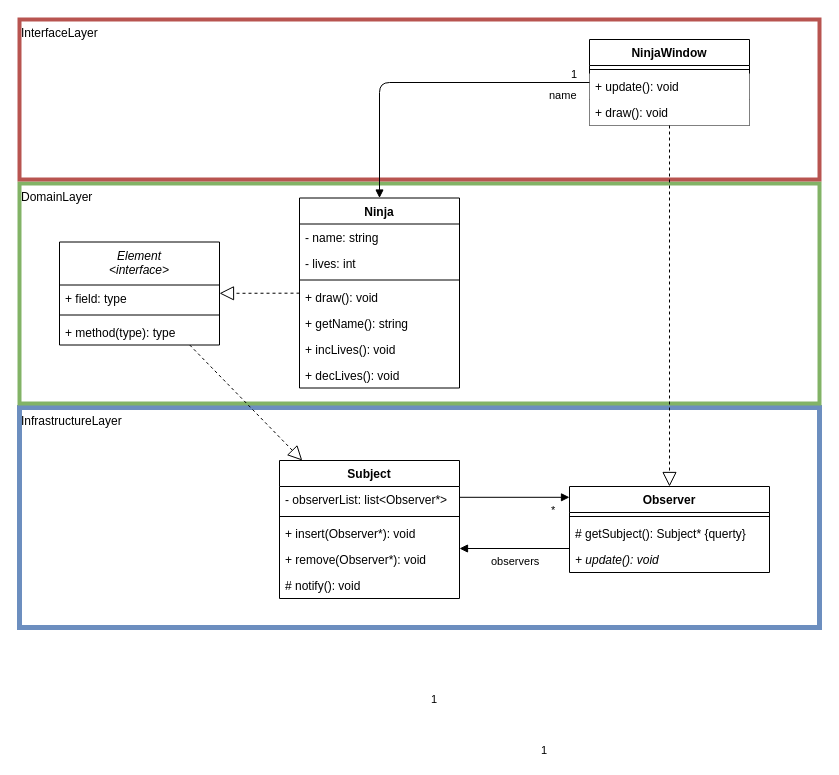
This is design/Class-Diagram.drawio from wouterdebruijn/HHS-SWADP, a draw.io file, before an edit. Source tidied: cells renumbered, new cells numbered last; positions are measured from the earlier drawing's top-left corner, leaving out a move shared by most shapes. Both pictures are drawn from the tidied source at 100%, with x=0, y=0 at pixel (19, 19).
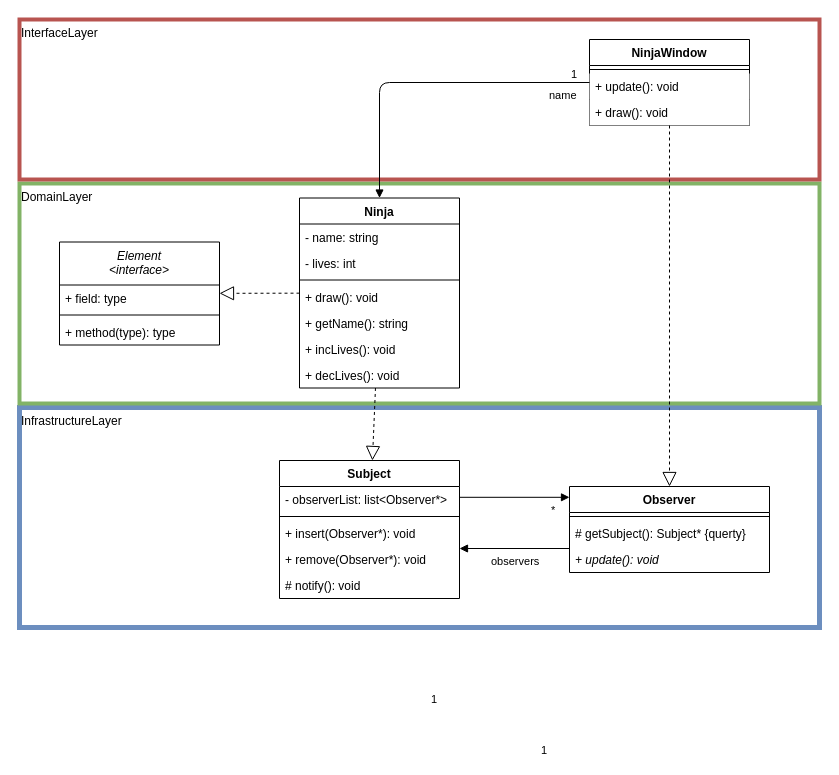
Above is the later version.

Commit message (it also covers changes not shown here):
:art: Made Element a interface again

Unchanged cells that the change refers to:
```xml
<mxCell id="5" value="Ninja" style="swimlane;fontStyle=1;align=center;verticalAlign=top;horizontal=1;startSize=26;" parent="1" vertex="1">
  <mxGeometry x="280" y="178.5" width="160" height="190" as="geometry" />
</mxCell>
<mxCell id="13" value="Element&#10;&lt;interface&gt;" style="swimlane;fontStyle=2;align=center;verticalAlign=top;horizontal=1;startSize=43;" parent="1" vertex="1">
  <mxGeometry x="40" y="222.5" width="160" height="103" as="geometry" />
</mxCell>
<mxCell id="17" value="Subject" style="swimlane;fontStyle=1;align=center;verticalAlign=top;horizontal=1;startSize=26;" parent="1" vertex="1">
  <mxGeometry x="260" y="441" width="180" height="138" as="geometry" />
</mxCell>
```

What changed in the source:
```diff
@@
-    <mxCell id="29" style="endArrow=block;dashed=1;endFill=0;endSize=12;html=1;" parent="1" edge="1" source="13" target="17">
+    <mxCell id="29" style="endArrow=block;dashed=1;endFill=0;endSize=12;html=1;" parent="1" edge="1" source="5" target="17">
       <mxGeometry relative="1" as="geometry" />
     </mxCell>
```
